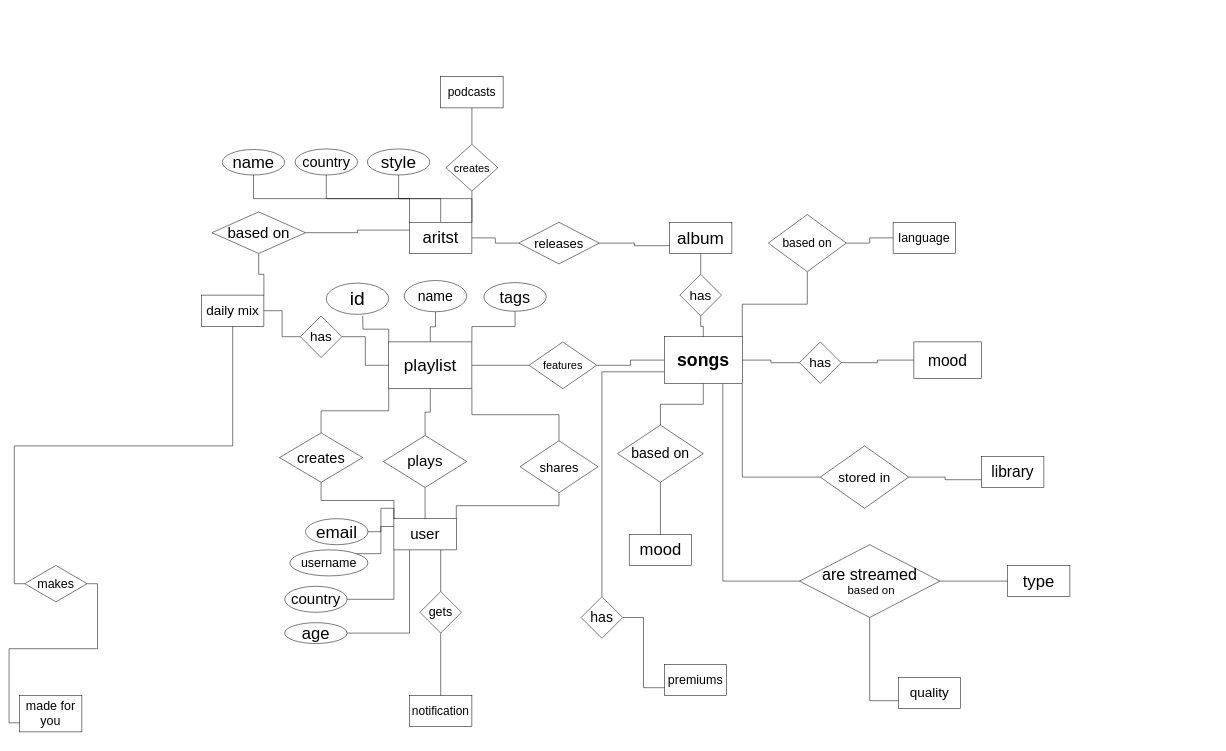
This is er diagram.drawio from harshbajani/se, a draw.io file, before an edit. Source tidied: cells renumbered, new cells numbered last; positions are measured from the earlier drawing's top-left corner, leaving out a move shared by most shapes. Both pictures are drawn from the tidied source at 52%, with x=0, y=0 at pixel (19, 76).
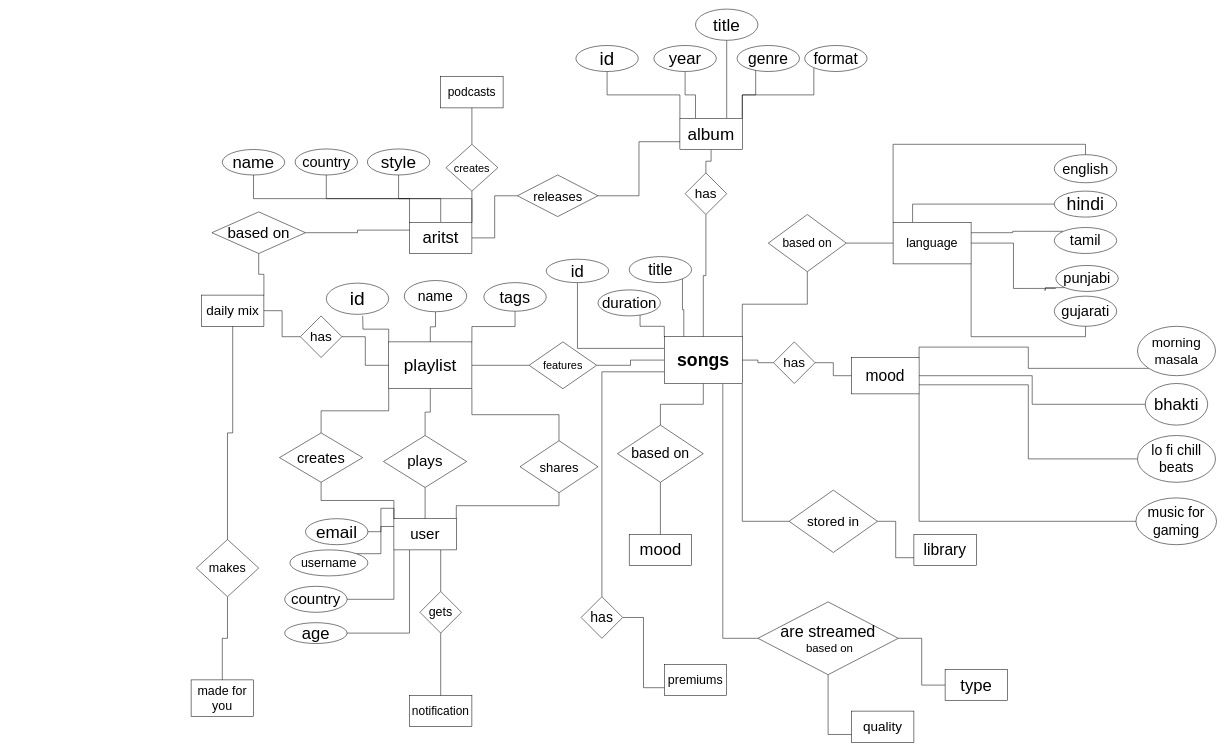
The same page after the edit.

Unchanged cells that the change refers to:
```xml
<mxCell id="6" value="&lt;font style=&quot;font-size: 26px&quot;&gt;daily mix&lt;br&gt;&lt;/font&gt;" style="rounded=0;whiteSpace=wrap;html=1;" parent="1" vertex="1">
  <mxGeometry x="350" y="420" width="120" height="60" as="geometry" />
</mxCell>
<mxCell id="28" value="&lt;b&gt;&lt;font style=&quot;font-size: 34px&quot;&gt;songs&lt;/font&gt;&lt;/b&gt;" style="rounded=0;whiteSpace=wrap;html=1;" parent="1" vertex="1">
  <mxGeometry x="1240" y="500" width="150" height="90" as="geometry" />
</mxCell>
```

Change to the diagram source:
```diff
@@
+    <mxCell id="90" style="edgeStyle=orthogonalEdgeStyle;rounded=0;jettySize=auto;html=1;exitX=0;exitY=0;exitDx=0;exitDy=0;entryX=0.5;entryY=1;entryDx=0;entryDy=0;endArrow=none;endFill=0;" parent="1" edge="1" source="3" target="113">
+      <mxGeometry relative="1" as="geometry" />
+    </mxCell>
+    <mxCell id="91" style="edgeStyle=orthogonalEdgeStyle;rounded=0;jettySize=auto;html=1;exitX=0.25;exitY=0;exitDx=0;exitDy=0;entryX=0.5;entryY=1;entryDx=0;entryDy=0;endArrow=none;endFill=0;" parent="1" edge="1" source="3" target="112">
+      <mxGeometry relative="1" as="geometry" />
+    </mxCell>
+    <mxCell id="92" style="edgeStyle=orthogonalEdgeStyle;rounded=0;jettySize=auto;html=1;exitX=0.75;exitY=0;exitDx=0;exitDy=0;entryX=0.5;entryY=1;entryDx=0;entryDy=0;endArrow=none;endFill=0;" parent="1" edge="1" source="3" target="109">
+      <mxGeometry relative="1" as="geometry" />
+    </mxCell>
+    <mxCell id="93" style="edgeStyle=orthogonalEdgeStyle;rounded=0;jettySize=auto;html=1;exitX=1;exitY=0;exitDx=0;exitDy=0;entryX=0.298;entryY=0.886;entryDx=0;entryDy=0;entryPerimeter=0;endArrow=none;endFill=0;" parent="1" edge="1" source="3" target="111">
+      <mxGeometry relative="1" as="geometry" />
+    </mxCell>
+    <mxCell id="94" style="edgeStyle=orthogonalEdgeStyle;rounded=0;jettySize=auto;html=1;exitX=1;exitY=0;exitDx=0;exitDy=0;entryX=0;entryY=1;entryDx=0;entryDy=0;endArrow=none;endFill=0;" parent="1" edge="1" source="3" target="110">
+      <mxGeometry relative="1" as="geometry" />
+    </mxCell>
     <mxCell id="3" value="&lt;font style=&quot;font-size: 33px&quot;&gt;album&lt;/font&gt;" style="rounded=0;whiteSpace=wrap;html=1;" parent="1" vertex="1">
-      <mxGeometry x="1250" y="280" width="120" height="60" as="geometry" />
+      <mxGeometry x="1270" y="80" width="120" height="60" as="geometry" />
     </mxCell>
@@
-    <mxCell id="5" style="edgeStyle=orthogonalEdgeStyle;rounded=0;jettySize=auto;html=1;exitX=0.5;exitY=1;exitDx=0;exitDy=0;entryX=0;entryY=0.5;entryDx=0;entryDy=0;startArrow=none;startFill=0;endArrow=none;endFill=0;" parent="1" edge="1" source="6" target="60">
-      <mxGeometry relative="1" as="geometry" />
-    </mxCell>
@@
     <mxCell id="16" value="&lt;font style=&quot;font-size: 26px&quot;&gt;quality&lt;/font&gt;" style="rounded=0;whiteSpace=wrap;html=1;" parent="1" vertex="1">
-      <mxGeometry x="1690" y="1155" width="120" height="60" as="geometry" />
+      <mxGeometry x="1600" y="1220" width="120" height="60" as="geometry" />
     </mxCell>
@@
+    <mxCell id="95" style="edgeStyle=orthogonalEdgeStyle;rounded=0;jettySize=auto;html=1;exitX=0.5;exitY=0;exitDx=0;exitDy=0;entryX=0.5;entryY=1;entryDx=0;entryDy=0;endArrow=none;endFill=0;" parent="1" edge="1" source="18" target="60">
+      <mxGeometry relative="1" as="geometry" />
+    </mxCell>
     <mxCell id="18" value="&lt;font style=&quot;font-size: 24px&quot;&gt;made for you&lt;br&gt;&lt;/font&gt;" style="rounded=0;whiteSpace=wrap;html=1;" parent="1" vertex="1">
-      <mxGeometry y="1190" width="120" height="70" as="geometry" />
+      <mxGeometry x="330" y="1160" width="120" height="70" as="geometry" />
     </mxCell>
     <mxCell id="19" value="&lt;font style=&quot;font-size: 30px&quot;&gt;library&lt;/font&gt;" style="rounded=0;whiteSpace=wrap;html=1;" parent="1" vertex="1">
-      <mxGeometry x="1850" y="730" width="120" height="60" as="geometry" />
+      <mxGeometry x="1720" y="880" width="120" height="60" as="geometry" />
     </mxCell>
@@
+    <mxCell id="96" style="edgeStyle=orthogonalEdgeStyle;rounded=0;jettySize=auto;html=1;exitX=0;exitY=0.25;exitDx=0;exitDy=0;entryX=0.5;entryY=1;entryDx=0;entryDy=0;endArrow=none;endFill=0;" parent="1" edge="1" source="28" target="114">
+      <mxGeometry relative="1" as="geometry" />
+    </mxCell>
+    <mxCell id="97" style="edgeStyle=orthogonalEdgeStyle;rounded=0;jettySize=auto;html=1;exitX=0;exitY=0;exitDx=0;exitDy=0;entryX=0.674;entryY=0.914;entryDx=0;entryDy=0;entryPerimeter=0;endArrow=none;endFill=0;" parent="1" edge="1" source="28" target="115">
+      <mxGeometry relative="1" as="geometry" />
+    </mxCell>
+    <mxCell id="98" style="edgeStyle=orthogonalEdgeStyle;rounded=0;jettySize=auto;html=1;exitX=0.25;exitY=0;exitDx=0;exitDy=0;entryX=1;entryY=1;entryDx=0;entryDy=0;endArrow=none;endFill=0;" parent="1" edge="1" source="28" target="116">
+      <mxGeometry relative="1" as="geometry" />
+    </mxCell>
@@
+    <mxCell id="99" style="edgeStyle=orthogonalEdgeStyle;rounded=0;jettySize=auto;html=1;exitX=1;exitY=0;exitDx=0;exitDy=0;entryX=0;entryY=1;entryDx=0;entryDy=0;endArrow=none;endFill=0;" parent="1" edge="1" source="29" target="123">
+      <mxGeometry relative="1" as="geometry" />
+    </mxCell>
+    <mxCell id="100" style="edgeStyle=orthogonalEdgeStyle;rounded=0;jettySize=auto;html=1;exitX=1;exitY=0.5;exitDx=0;exitDy=0;entryX=0;entryY=0.5;entryDx=0;entryDy=0;endArrow=none;endFill=0;" parent="1" edge="1" source="29" target="124">
+      <mxGeometry relative="1" as="geometry" />
+    </mxCell>
+    <mxCell id="101" style="edgeStyle=orthogonalEdgeStyle;rounded=0;jettySize=auto;html=1;exitX=1;exitY=0.75;exitDx=0;exitDy=0;entryX=0;entryY=0.5;entryDx=0;entryDy=0;endArrow=none;endFill=0;" parent="1" edge="1" source="29" target="125">
+      <mxGeometry relative="1" as="geometry" />
+    </mxCell>
+    <mxCell id="102" style="edgeStyle=orthogonalEdgeStyle;rounded=0;jettySize=auto;html=1;exitX=1;exitY=1;exitDx=0;exitDy=0;entryX=0;entryY=0.5;entryDx=0;entryDy=0;endArrow=none;endFill=0;" parent="1" edge="1" source="29" target="126">
+      <mxGeometry relative="1" as="geometry" />
+    </mxCell>
     <mxCell id="29" value="&lt;font style=&quot;font-size: 30px&quot;&gt;mood&lt;/font&gt;" style="rounded=0;whiteSpace=wrap;html=1;" parent="1" vertex="1">
-      <mxGeometry x="1720" y="510" width="130" height="70" as="geometry" />
+      <mxGeometry x="1600" y="540" width="130" height="70" as="geometry" />
     </mxCell>
@@
+    <mxCell id="103" style="edgeStyle=orthogonalEdgeStyle;rounded=0;jettySize=auto;html=1;exitX=0;exitY=0;exitDx=0;exitDy=0;entryX=0.5;entryY=0;entryDx=0;entryDy=0;endArrow=none;endFill=0;" parent="1" edge="1" source="35" target="117">
+      <mxGeometry relative="1" as="geometry" />
+    </mxCell>
+    <mxCell id="104" style="edgeStyle=orthogonalEdgeStyle;rounded=0;jettySize=auto;html=1;exitX=0.25;exitY=0;exitDx=0;exitDy=0;entryX=0;entryY=0.5;entryDx=0;entryDy=0;endArrow=none;endFill=0;" parent="1" edge="1" source="35" target="118">
+      <mxGeometry relative="1" as="geometry" />
+    </mxCell>
+    <mxCell id="105" style="edgeStyle=orthogonalEdgeStyle;rounded=0;jettySize=auto;html=1;exitX=1;exitY=0.25;exitDx=0;exitDy=0;entryX=0;entryY=0;entryDx=0;entryDy=0;endArrow=none;endFill=0;" parent="1" edge="1" source="35" target="122">
+      <mxGeometry relative="1" as="geometry" />
+    </mxCell>
+    <mxCell id="106" style="edgeStyle=orthogonalEdgeStyle;rounded=0;jettySize=auto;html=1;exitX=1;exitY=0.5;exitDx=0;exitDy=0;entryX=-0.001;entryY=0.883;entryDx=0;entryDy=0;entryPerimeter=0;endArrow=none;endFill=0;" parent="1" edge="1" source="35" target="120">
+      <mxGeometry relative="1" as="geometry" />
+    </mxCell>
+    <mxCell id="107" style="edgeStyle=orthogonalEdgeStyle;rounded=0;jettySize=auto;html=1;exitX=1;exitY=1;exitDx=0;exitDy=0;entryX=0.5;entryY=1;entryDx=0;entryDy=0;endArrow=none;endFill=0;" parent="1" edge="1" source="35" target="121">
+      <mxGeometry relative="1" as="geometry" />
+    </mxCell>
     <mxCell id="35" value="&lt;font style=&quot;font-size: 24px&quot;&gt;language&lt;/font&gt;" style="rounded=0;whiteSpace=wrap;html=1;" parent="1" vertex="1">
-      <mxGeometry x="1680" y="280" width="120" height="60" as="geometry" />
+      <mxGeometry x="1680" y="280" width="150" height="80" as="geometry" />
     </mxCell>
@@
     <mxCell id="43" value="&lt;font style=&quot;font-size: 32px&quot;&gt;type&lt;/font&gt;" style="rounded=0;whiteSpace=wrap;html=1;" parent="1" vertex="1">
-      <mxGeometry x="1900" y="940" width="120" height="60" as="geometry" />
+      <mxGeometry x="1780" y="1140" width="120" height="60" as="geometry" />
     </mxCell>
@@
     <mxCell id="46" value="&lt;font style=&quot;font-size: 26px&quot;&gt;has&lt;/font&gt;" style="rhombus;whiteSpace=wrap;html=1;" parent="1" vertex="1">
-      <mxGeometry x="1500" y="510" width="80" height="80" as="geometry" />
+      <mxGeometry x="1450" y="510" width="80" height="80" as="geometry" />
     </mxCell>
@@
     <mxCell id="50" value="&lt;font style=&quot;font-size: 25px&quot;&gt;releases&lt;/font&gt;" style="rhombus;whiteSpace=wrap;html=1;" parent="1" vertex="1">
-      <mxGeometry x="960" y="280" width="155" height="80" as="geometry" />
+      <mxGeometry x="957.5" y="189" width="155" height="80" as="geometry" />
     </mxCell>
@@
     <mxCell id="52" value="&lt;font style=&quot;font-size: 26px&quot;&gt;has&lt;/font&gt;" style="rhombus;whiteSpace=wrap;html=1;" parent="1" vertex="1">
-      <mxGeometry x="1270" y="380" width="80" height="80" as="geometry" />
+      <mxGeometry x="1280" y="185" width="80" height="80" as="geometry" />
     </mxCell>
@@
-    <mxCell id="59" style="edgeStyle=orthogonalEdgeStyle;rounded=0;jettySize=auto;html=1;exitX=1;exitY=0.5;exitDx=0;exitDy=0;entryX=0;entryY=0.75;entryDx=0;entryDy=0;startArrow=none;startFill=0;endArrow=none;endFill=0;" parent="1" edge="1" source="60" target="18">
-      <mxGeometry relative="1" as="geometry" />
-    </mxCell>
+    <mxCell id="108" style="edgeStyle=orthogonalEdgeStyle;rounded=0;jettySize=auto;html=1;exitX=0.5;exitY=0;exitDx=0;exitDy=0;entryX=0.5;entryY=1;entryDx=0;entryDy=0;endArrow=none;endFill=0;" parent="1" edge="1" source="60" target="6">
+      <mxGeometry relative="1" as="geometry" />
+    </mxCell>
     <mxCell id="60" value="&lt;font style=&quot;font-size: 24px&quot;&gt;makes&lt;/font&gt;" style="rhombus;whiteSpace=wrap;html=1;" parent="1" vertex="1">
-      <mxGeometry x="10" y="940" width="120" height="70" as="geometry" />
+      <mxGeometry x="340" y="890" width="120" height="110" as="geometry" />
     </mxCell>
@@
     <mxCell id="70" value="&lt;font style=&quot;font-size: 26px&quot;&gt;stored in&lt;br&gt;&lt;/font&gt;" style="rhombus;whiteSpace=wrap;html=1;" parent="1" vertex="1">
-      <mxGeometry x="1540" y="710" width="170" height="120" as="geometry" />
+      <mxGeometry x="1480" y="795" width="170" height="120" as="geometry" />
     </mxCell>
@@
     <mxCell id="75" value="&lt;font style=&quot;font-size: 31px&quot;&gt;are streamed&lt;br&gt;&lt;/font&gt;&lt;font style=&quot;font-size: 22px&quot;&gt;&amp;nbsp;based on&lt;/font&gt;" style="rhombus;whiteSpace=wrap;html=1;" parent="1" vertex="1">
-      <mxGeometry x="1500" y="900" width="270" height="140" as="geometry" />
+      <mxGeometry x="1420" y="1010" width="270" height="140" as="geometry" />
     </mxCell>
@@
+    <mxCell id="109" value="&lt;font style=&quot;font-size: 33px&quot;&gt;title&lt;/font&gt;" style="ellipse;whiteSpace=wrap;html=1;" parent="1" vertex="1">
+      <mxGeometry x="1300" y="-130" width="120" height="60" as="geometry" />
+    </mxCell>
+    <mxCell id="110" value="&lt;font style=&quot;font-size: 30px&quot;&gt;format&lt;/font&gt;" style="ellipse;whiteSpace=wrap;html=1;" parent="1" vertex="1">
+      <mxGeometry x="1510" y="-60" width="120" height="50" as="geometry" />
+    </mxCell>
+    <mxCell id="111" value="&lt;font style=&quot;font-size: 30px&quot;&gt;genre&lt;/font&gt;" style="ellipse;whiteSpace=wrap;html=1;" parent="1" vertex="1">
+      <mxGeometry x="1380" y="-60" width="120" height="50" as="geometry" />
+    </mxCell>
+    <mxCell id="112" value="&lt;font style=&quot;font-size: 32px&quot;&gt;year&lt;/font&gt;" style="ellipse;whiteSpace=wrap;html=1;" parent="1" vertex="1">
+      <mxGeometry x="1220" y="-60" width="120" height="50" as="geometry" />
+    </mxCell>
+    <mxCell id="113" value="&lt;font style=&quot;font-size: 36px&quot;&gt;id&lt;/font&gt;" style="ellipse;whiteSpace=wrap;html=1;" parent="1" vertex="1">
+      <mxGeometry x="1070" y="-60" width="120" height="50" as="geometry" />
+    </mxCell>
+    <mxCell id="114" value="&lt;font style=&quot;font-size: 32px&quot;&gt;id&lt;/font&gt;" style="ellipse;whiteSpace=wrap;html=1;" parent="1" vertex="1">
+      <mxGeometry x="1013" y="351" width="120" height="45" as="geometry" />
+    </mxCell>
+    <mxCell id="115" value="&lt;font style=&quot;font-size: 29px&quot;&gt;duration&lt;/font&gt;" style="ellipse;whiteSpace=wrap;html=1;" parent="1" vertex="1">
+      <mxGeometry x="1112.5" y="410" width="120" height="50" as="geometry" />
+    </mxCell>
+    <mxCell id="116" value="&lt;font style=&quot;font-size: 30px&quot;&gt;title&lt;/font&gt;" style="ellipse;whiteSpace=wrap;html=1;" parent="1" vertex="1">
+      <mxGeometry x="1172.5" y="346" width="120" height="50" as="geometry" />
+    </mxCell>
+    <mxCell id="117" value="&lt;font style=&quot;font-size: 28px&quot;&gt;english&lt;/font&gt;" style="ellipse;whiteSpace=wrap;html=1;" parent="1" vertex="1">
+      <mxGeometry x="1990" y="150" width="120" height="54" as="geometry" />
+    </mxCell>
+    <mxCell id="118" value="&lt;font style=&quot;font-size: 34px&quot;&gt;hindi&lt;/font&gt;" style="ellipse;whiteSpace=wrap;html=1;" parent="1" vertex="1">
+      <mxGeometry x="1990" y="220" width="120" height="50" as="geometry" />
+    </mxCell>
+    <mxCell id="119" style="edgeStyle=orthogonalEdgeStyle;rounded=0;jettySize=auto;html=1;exitX=0;exitY=1;exitDx=0;exitDy=0;endArrow=none;endFill=0;" parent="1" edge="1" source="120">
+      <mxGeometry relative="1" as="geometry">
+        <mxPoint x="1970" y="410" as="targetPoint" />
+      </mxGeometry>
+    </mxCell>
+    <mxCell id="120" value="&lt;font style=&quot;font-size: 28px&quot;&gt;punjabi&lt;/font&gt;" style="ellipse;whiteSpace=wrap;html=1;" parent="1" vertex="1">
+      <mxGeometry x="1993" y="363" width="120" height="50" as="geometry" />
+    </mxCell>
+    <mxCell id="121" value="&lt;font style=&quot;font-size: 28px&quot;&gt;gujarati&lt;/font&gt;" style="ellipse;whiteSpace=wrap;html=1;" parent="1" vertex="1">
+      <mxGeometry x="1990" y="422" width="120" height="58" as="geometry" />
+    </mxCell>
+    <mxCell id="122" value="&lt;font style=&quot;font-size: 28px&quot;&gt;tamil&lt;/font&gt;" style="ellipse;whiteSpace=wrap;html=1;" parent="1" vertex="1">
+      <mxGeometry x="1990" y="290" width="120" height="50" as="geometry" />
+    </mxCell>
+    <mxCell id="123" value="&lt;font style=&quot;font-size: 26px&quot;&gt;morning masala&lt;br&gt;&lt;/font&gt;" style="ellipse;whiteSpace=wrap;html=1;" parent="1" vertex="1">
+      <mxGeometry x="2150" y="480" width="150" height="95" as="geometry" />
+    </mxCell>
+    <mxCell id="124" value="&lt;font style=&quot;font-size: 32px&quot;&gt;bhakti&lt;/font&gt;" style="ellipse;whiteSpace=wrap;html=1;" parent="1" vertex="1">
+      <mxGeometry x="2165" y="590" width="120" height="80" as="geometry" />
+    </mxCell>
+    <mxCell id="125" value="&lt;font style=&quot;font-size: 27px&quot;&gt;lo fi chill beats&lt;br&gt;&lt;/font&gt;" style="ellipse;whiteSpace=wrap;html=1;" parent="1" vertex="1">
+      <mxGeometry x="2150" y="690" width="150" height="90" as="geometry" />
+    </mxCell>
+    <mxCell id="126" value="&lt;font style=&quot;font-size: 27px&quot;&gt;music for gaming&lt;br&gt;&lt;/font&gt;" style="ellipse;whiteSpace=wrap;html=1;" parent="1" vertex="1">
+      <mxGeometry x="2147" y="810" width="155" height="90" as="geometry" />
+    </mxCell>
```
